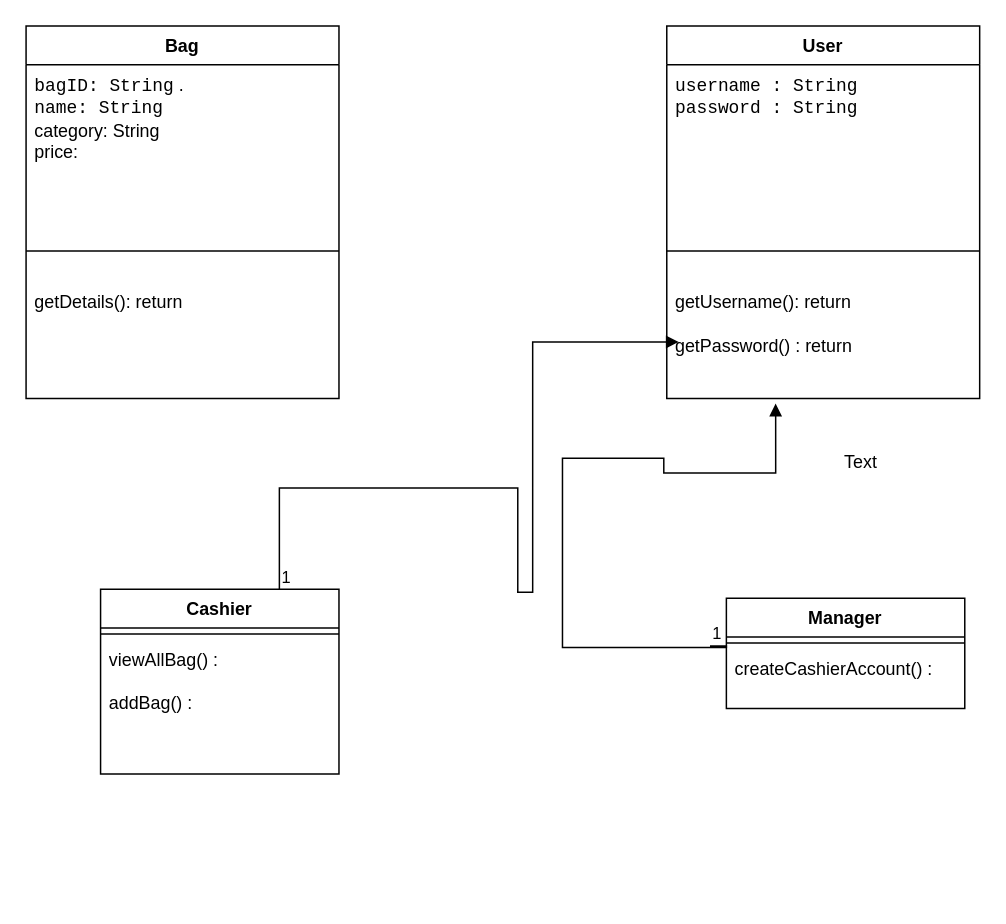
Above: Untitled Diagram.drawio in Shalani98/Abstract-class-exercise-java (draw.io), before the change. Source tidied: cells renumbered, new cells numbered last; positions are measured from the earlier drawing's top-left corner, leaving out a move shared by most shapes. Both pictures are drawn from the tidied source at 149%, with x=0, y=0 at pixel (25, 25).
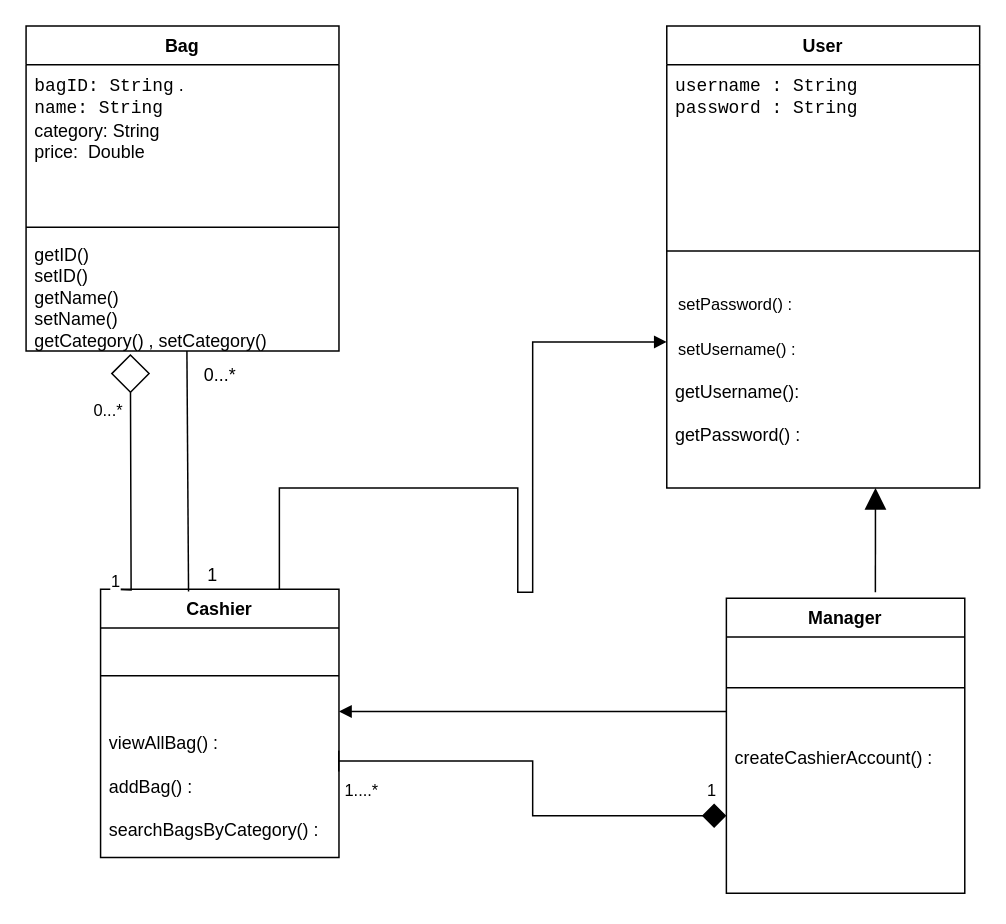
The same diagram, later.

What changed in the source:
```diff
@@
     <mxCell id="2" value="Bag" style="swimlane;fontStyle=1;align=center;verticalAlign=top;horizontal=1;startSize=26;whiteSpace=wrap;html=1;" parent="1" vertex="1">
-      <mxGeometry width="210" height="250" as="geometry" />
+      <mxGeometry width="210" height="218" as="geometry" />
     </mxCell>
-    <mxCell id="3" value="&lt;code style=&quot;background-color: initial;&quot;&gt;bagID: String&lt;/code&gt;&lt;span style=&quot;background-color: initial;&quot;&gt;&amp;nbsp;.&lt;/span&gt;&lt;br&gt;&lt;code style=&quot;background-color: initial;&quot;&gt;name: String&lt;/code&gt;&lt;span style=&quot;background-color: initial;&quot;&gt;&amp;nbsp;&lt;/span&gt;&lt;br&gt;&lt;span style=&quot;background-color: initial;&quot;&gt;category: String&lt;/span&gt;&lt;br&gt;&lt;span style=&quot;background-color: initial;&quot;&gt;price:&amp;nbsp;&lt;/span&gt;&lt;br&gt;&lt;span style=&quot;background-color: initial;&quot;&gt;&amp;nbsp;&lt;/span&gt;" style="text;strokeColor=none;fillColor=none;align=left;verticalAlign=top;spacingLeft=4;spacingRight=4;overflow=hidden;whiteSpace=wrap;html=1;" parent="2" vertex="1">
+    <mxCell id="3" value="&lt;code style=&quot;background-color: initial;&quot;&gt;bagID: String&lt;/code&gt;&lt;span style=&quot;background-color: initial;&quot;&gt;&amp;nbsp;.&lt;/span&gt;&lt;br&gt;&lt;code style=&quot;background-color: initial;&quot;&gt;name: String&lt;/code&gt;&lt;span style=&quot;background-color: initial;&quot;&gt;&amp;nbsp;&lt;/span&gt;&lt;br&gt;&lt;span style=&quot;background-color: initial;&quot;&gt;category: String&lt;/span&gt;&lt;br&gt;&lt;span style=&quot;background-color: initial;&quot;&gt;price:&amp;nbsp; Double&lt;/span&gt;&lt;h3&gt;&lt;/h3&gt;" style="text;strokeColor=none;fillColor=none;align=left;verticalAlign=top;spacingLeft=4;spacingRight=4;overflow=hidden;whiteSpace=wrap;html=1;" parent="2" vertex="1">
       <mxGeometry y="26" width="210" height="104" as="geometry" />
     </mxCell>
     <mxCell id="4" style="line;strokeWidth=1;fillColor=none;align=left;verticalAlign=middle;spacingTop=-1;spacingLeft=3;spacingRight=3;labelPosition=right;strokeColor=inherit;" parent="2" vertex="1">
-      <mxGeometry y="130" width="210" height="42" as="geometry" />
+      <mxGeometry y="130" width="210" height="10" as="geometry" />
     </mxCell>
-    <mxCell id="5" value="getDetails(): return" style="text;strokeColor=none;fillColor=none;align=left;verticalAlign=top;spacingLeft=4;spacingRight=4;overflow=hidden;points=[[0,0.5],[1,0.5]];portConstraint=eastwest;whiteSpace=wrap;html=1;" parent="2" vertex="1">
-      <mxGeometry y="172" width="210" height="78" as="geometry" />
+    <mxCell id="5" value="&lt;span style=&quot;background-color: initial;&quot;&gt;getID()&amp;nbsp;&lt;/span&gt;&lt;br&gt;&lt;span style=&quot;background-color: initial;&quot;&gt;setID()&lt;/span&gt;&lt;br&gt;&lt;span style=&quot;background-color: initial;&quot;&gt;getName()&lt;/span&gt;&lt;br&gt;&lt;span style=&quot;background-color: initial;&quot;&gt;setName()&lt;/span&gt;&lt;br&gt;&lt;span style=&quot;background-color: initial;&quot;&gt;getCategory() , setCategory()&lt;/span&gt;" style="text;strokeColor=none;fillColor=none;align=left;verticalAlign=top;spacingLeft=4;spacingRight=4;overflow=hidden;points=[[0,0.5],[1,0.5]];portConstraint=eastwest;whiteSpace=wrap;html=1;" parent="2" vertex="1">
+      <mxGeometry y="140" width="210" height="78" as="geometry" />
     </mxCell>
     <mxCell id="6" value="Cashier" style="swimlane;fontStyle=1;align=center;verticalAlign=top;horizontal=1;startSize=26;whiteSpace=wrap;html=1;" parent="1" vertex="1">
-      <mxGeometry x="50" y="378" width="160" height="124" as="geometry" />
+      <mxGeometry x="50" y="378" width="160" height="180" as="geometry" />
     </mxCell>
     <mxCell id="7" style="line;strokeWidth=1;fillColor=none;align=left;verticalAlign=middle;spacingTop=-1;spacingLeft=3;spacingRight=3;labelPosition=right;strokeColor=inherit;" parent="6" vertex="1">
-      <mxGeometry y="26" width="160" height="8" as="geometry" />
+      <mxGeometry y="26" width="160" height="64" as="geometry" />
     </mxCell>
-    <mxCell id="8" value="viewAllBag() :&lt;div&gt;&lt;br&gt;&lt;/div&gt;&lt;div&gt;addBag() :&amp;nbsp;&amp;nbsp;&lt;div&gt;&lt;br&gt;&lt;/div&gt;&lt;div&gt;&lt;br&gt;&lt;div&gt;&lt;br&gt;&lt;/div&gt;&lt;/div&gt;&lt;/div&gt;" style="text;strokeColor=none;fillColor=none;align=left;verticalAlign=top;spacingLeft=4;spacingRight=4;overflow=hidden;points=[[0,0.5],[1,0.5]];portConstraint=eastwest;whiteSpace=wrap;html=1;" parent="6" vertex="1">
-      <mxGeometry y="34" width="160" height="90" as="geometry" />
+    <mxCell id="8" value="viewAllBag() :&lt;div&gt;&lt;br&gt;&lt;/div&gt;&lt;div&gt;addBag() :&amp;nbsp;&amp;nbsp;&lt;/div&gt;&lt;div&gt;&lt;br&gt;&lt;div&gt;searchBagsByCategory() :&lt;/div&gt;&lt;div&gt;&lt;div&gt;&lt;br&gt;&lt;/div&gt;&lt;/div&gt;&lt;/div&gt;" style="text;strokeColor=none;fillColor=none;align=left;verticalAlign=top;spacingLeft=4;spacingRight=4;overflow=hidden;points=[[0,0.5],[1,0.5]];portConstraint=eastwest;whiteSpace=wrap;html=1;" parent="6" vertex="1">
+      <mxGeometry y="90" width="160" height="90" as="geometry" />
     </mxCell>
     <mxCell id="9" value="Manager" style="swimlane;fontStyle=1;align=center;verticalAlign=top;horizontal=1;startSize=26;whiteSpace=wrap;html=1;" parent="1" vertex="1">
-      <mxGeometry x="470" y="384" width="160" height="74" as="geometry" />
+      <mxGeometry x="470" y="384" width="160" height="198" as="geometry" />
     </mxCell>
     <mxCell id="10" style="line;strokeWidth=1;fillColor=none;align=left;verticalAlign=middle;spacingTop=-1;spacingLeft=3;spacingRight=3;labelPosition=right;strokeColor=inherit;" parent="9" vertex="1">
-      <mxGeometry y="26" width="160" height="8" as="geometry" />
+      <mxGeometry y="26" width="160" height="68" as="geometry" />
     </mxCell>
     <mxCell id="11" value="createCashierAccount() :" style="text;strokeColor=none;fillColor=none;align=left;verticalAlign=top;spacingLeft=4;spacingRight=4;overflow=hidden;points=[[0,0.5],[1,0.5]];portConstraint=eastwest;whiteSpace=wrap;html=1;" parent="9" vertex="1">
-      <mxGeometry y="34" width="160" height="40" as="geometry" />
+      <mxGeometry y="94" width="160" height="104" as="geometry" />
     </mxCell>
     <mxCell id="12" value="User" style="swimlane;fontStyle=1;align=center;verticalAlign=top;horizontal=1;startSize=26;whiteSpace=wrap;html=1;" parent="1" vertex="1">
-      <mxGeometry x="430" width="210" height="250" as="geometry" />
+      <mxGeometry x="430" width="210" height="310" as="geometry" />
     </mxCell>
@@
+    <mxCell id="21" value="&amp;nbsp; setPassword() :" style="text;html=1;align=left;verticalAlign=middle;strokeColor=none;fillColor=none;fontFamily=Helvetica;fontSize=11;fontColor=default;labelBackgroundColor=default;" parent="12" vertex="1">
+      <mxGeometry y="172" width="210" height="30" as="geometry" />
+    </mxCell>
+    <mxCell id="22" value="&amp;nbsp; setUsername() :" style="text;html=1;align=left;verticalAlign=middle;strokeColor=none;fillColor=none;fontFamily=Helvetica;fontSize=11;fontColor=default;labelBackgroundColor=default;" parent="12" vertex="1">
+      <mxGeometry y="202" width="210" height="30" as="geometry" />
+    </mxCell>
-    <mxCell id="15" value="getUsername(): return&lt;div&gt;&lt;br&gt;&lt;/div&gt;&lt;div&gt;getPassword() : return&lt;/div&gt;&lt;div&gt;&lt;br&gt;&lt;/div&gt;" style="text;strokeColor=none;fillColor=none;align=left;verticalAlign=top;spacingLeft=4;spacingRight=4;overflow=hidden;points=[[0,0.5],[1,0.5]];portConstraint=eastwest;whiteSpace=wrap;html=1;" parent="12" vertex="1">
-      <mxGeometry y="172" width="210" height="78" as="geometry" />
+    <mxCell id="15" value="getUsername():&amp;nbsp;&lt;div&gt;&lt;br&gt;&lt;/div&gt;&lt;div&gt;getPassword() :&lt;/div&gt;&lt;div&gt;&lt;br&gt;&lt;/div&gt;" style="text;strokeColor=none;fillColor=none;align=left;verticalAlign=top;spacingLeft=4;spacingRight=4;overflow=hidden;points=[[0,0.5],[1,0.5]];portConstraint=eastwest;whiteSpace=wrap;html=1;" parent="12" vertex="1">
+      <mxGeometry y="232" width="210" height="78" as="geometry" />
     </mxCell>
-    <mxCell id="16" style="endArrow=block;endFill=1;html=1;edgeStyle=orthogonalEdgeStyle;align=left;verticalAlign=top;rounded=0;entryX=-0.01;entryY=0.385;entryDx=0;entryDy=0;entryPerimeter=0;exitX=0.75;exitY=0;exitDx=0;exitDy=0;" parent="1" edge="1" source="6">
+    <mxCell id="16" style="endArrow=block;endFill=1;html=1;edgeStyle=orthogonalEdgeStyle;align=left;verticalAlign=top;rounded=0;exitX=0.75;exitY=0;exitDx=0;exitDy=0;" parent="1" edge="1" source="6">
       <mxGeometry x="-0.67" y="-20" relative="1" as="geometry">
-        <mxPoint x="438" y="212" as="targetPoint" />
+        <mxPoint x="430" y="212" as="targetPoint" />
         <Array as="points">
           <mxPoint x="170" y="310" />
           <mxPoint x="330" y="310" />
           <mxPoint x="330" y="380" />
           <mxPoint x="340" y="380" />
           <mxPoint x="340" y="212" />
         </Array>
       </mxGeometry>
     </mxCell>
-    <mxCell id="17" value="1" style="edgeLabel;html=1;align=left;verticalAlign=bottom;" parent="16" vertex="1">
-      <mxGeometry x="-1" relative="1" as="geometry" />
-    </mxCell>
-    <mxCell id="18" style="endArrow=block;endFill=1;html=1;edgeStyle=orthogonalEdgeStyle;align=left;verticalAlign=top;rounded=0;entryX=0.348;entryY=1.043;entryDx=0;entryDy=0;entryPerimeter=0;" parent="1" edge="1" target="15">
-      <mxGeometry x="-0.67" y="-20" relative="1" as="geometry">
-        <mxPoint x="459" y="416" as="sourcePoint" />
-        <Array as="points">
-          <mxPoint x="470" y="416" />
-          <mxPoint x="470" y="417" />
-          <mxPoint x="360" y="417" />
-          <mxPoint x="360" y="290" />
-          <mxPoint x="428" y="290" />
-          <mxPoint x="428" y="300" />
-          <mxPoint x="503" y="300" />
-        </Array>
-      </mxGeometry>
-    </mxCell>
-    <mxCell id="19" value="1" style="edgeLabel;html=1;align=left;verticalAlign=bottom;" parent="18" vertex="1">
-      <mxGeometry x="-1" relative="1" as="geometry" />
-    </mxCell>
-    <mxCell id="20" value="Text" style="text;html=1;align=center;verticalAlign=middle;strokeColor=none;fillColor=none;" parent="1" vertex="1">
-      <mxGeometry x="535" y="278" width="50" height="30" as="geometry" />
-    </mxCell>
+    <mxCell id="23" style="endArrow=none;html=1;rounded=0;entryX=0.514;entryY=1;entryDx=0;entryDy=0;entryPerimeter=0;exitX=0.369;exitY=0.008;exitDx=0;exitDy=0;exitPerimeter=0;" parent="1" edge="1" source="6" target="5">
+      <mxGeometry relative="1" as="geometry" />
+    </mxCell>
+    <mxCell id="24" value="1" style="text;html=1;align=center;verticalAlign=middle;strokeColor=none;fillColor=none;" parent="1" vertex="1">
+      <mxGeometry x="110" y="354" width="30" height="30" as="geometry" />
+    </mxCell>
+    <mxCell id="25" value="0...*" style="text;html=1;align=center;verticalAlign=middle;strokeColor=none;fillColor=none;" parent="1" vertex="1">
+      <mxGeometry x="110" y="220" width="40" height="30" as="geometry" />
+    </mxCell>
+    <mxCell id="26" style="endArrow=baseDash;html=1;endSize=12;startArrow=diamond;startSize=14;startFill=1;edgeStyle=orthogonalEdgeStyle;align=left;verticalAlign=bottom;rounded=0;entryX=0.999;entryY=0.281;entryDx=0;entryDy=0;entryPerimeter=0;exitX=0;exitY=0.5;exitDx=0;exitDy=0;endFill=0;" parent="1" edge="1" source="11" target="8">
+      <mxGeometry x="-1" y="3" relative="1" as="geometry" />
+    </mxCell>
+    <mxCell id="27" style="html=1;verticalAlign=bottom;endArrow=block;curved=0;rounded=0;" parent="1" edge="1">
+      <mxGeometry relative="1" as="geometry">
+        <mxPoint x="470" y="460" as="sourcePoint" />
+        <mxPoint x="210" y="460" as="targetPoint" />
+      </mxGeometry>
+    </mxCell>
+    <mxCell id="28" style="endArrow=diamond;endFill=0;endSize=24;html=1;rounded=0;strokeColor=default;align=left;verticalAlign=bottom;fontFamily=Helvetica;fontSize=11;fontColor=default;labelBackgroundColor=default;edgeStyle=orthogonalEdgeStyle;" parent="1" edge="1">
+      <mxGeometry relative="1" as="geometry">
+        <mxPoint x="58" y="378" as="sourcePoint" />
+        <mxPoint x="70" y="220" as="targetPoint" />
+      </mxGeometry>
+    </mxCell>
+    <mxCell id="29" value="1" style="text;html=1;align=center;verticalAlign=middle;strokeColor=none;fillColor=none;fontFamily=Helvetica;fontSize=11;fontColor=default;labelBackgroundColor=default;" parent="1" vertex="1">
+      <mxGeometry x="445" y="498" width="30" height="30" as="geometry" />
+    </mxCell>
+    <mxCell id="30" value="1....*" style="text;html=1;align=center;verticalAlign=middle;strokeColor=none;fillColor=none;fontFamily=Helvetica;fontSize=11;fontColor=default;labelBackgroundColor=default;" parent="1" vertex="1">
+      <mxGeometry x="200" y="498" width="50" height="30" as="geometry" />
+    </mxCell>
+    <mxCell id="31" value="1" style="text;html=1;align=center;verticalAlign=middle;strokeColor=none;fillColor=none;fontFamily=Helvetica;fontSize=11;fontColor=default;labelBackgroundColor=default;" parent="1" vertex="1">
+      <mxGeometry x="45" y="358" width="30" height="30" as="geometry" />
+    </mxCell>
+    <mxCell id="32" value="0...*" style="text;html=1;align=center;verticalAlign=middle;strokeColor=none;fillColor=none;fontFamily=Helvetica;fontSize=11;fontColor=default;labelBackgroundColor=default;" parent="1" vertex="1">
+      <mxGeometry x="35" y="243" width="40" height="30" as="geometry" />
+    </mxCell>
+    <mxCell id="33" style="html=1;verticalAlign=bottom;endArrow=block;curved=0;rounded=0;strokeColor=default;align=left;fontFamily=Helvetica;fontSize=11;fontColor=default;labelBackgroundColor=default;edgeStyle=orthogonalEdgeStyle;startSize=14;endSize=12;entryX=0.667;entryY=1;entryDx=0;entryDy=0;entryPerimeter=0;" parent="1" edge="1" target="15">
+      <mxGeometry relative="1" as="geometry">
+        <mxPoint x="570" y="380" as="sourcePoint" />
+        <Array as="points">
+          <mxPoint x="570" y="380" />
+        </Array>
+      </mxGeometry>
+    </mxCell>
```
